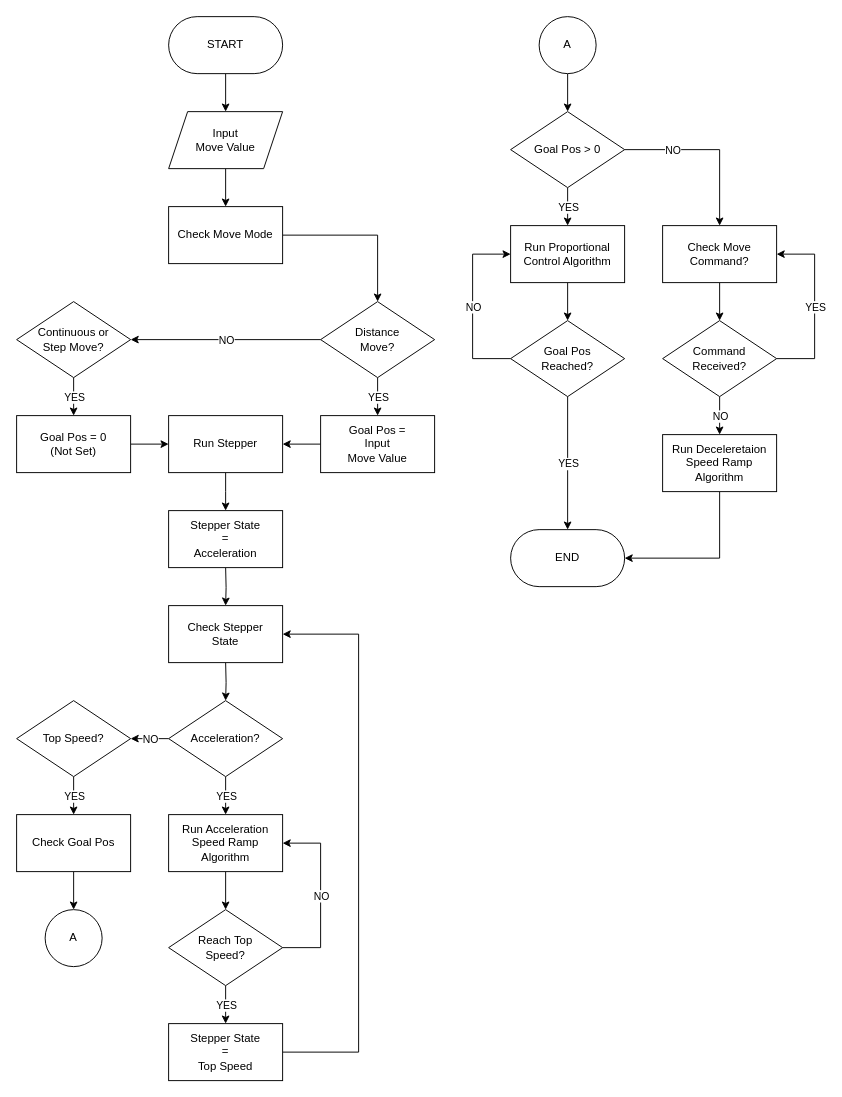
Above: page "Move Algorithm" (7 of 11) of Breakdown/Algorithm Flowchart.drawio in AlfonsusGiovanni/Welding-Arm-Manipulator (draw.io), before the change. Source tidied: cells renumbered, new cells numbered last; positions are measured from the earlier drawing's top-left corner, leaving out a move shared by most shapes. Both pictures are drawn from the tidied source at 95%, with x=0, y=0 at pixel (16, 16).
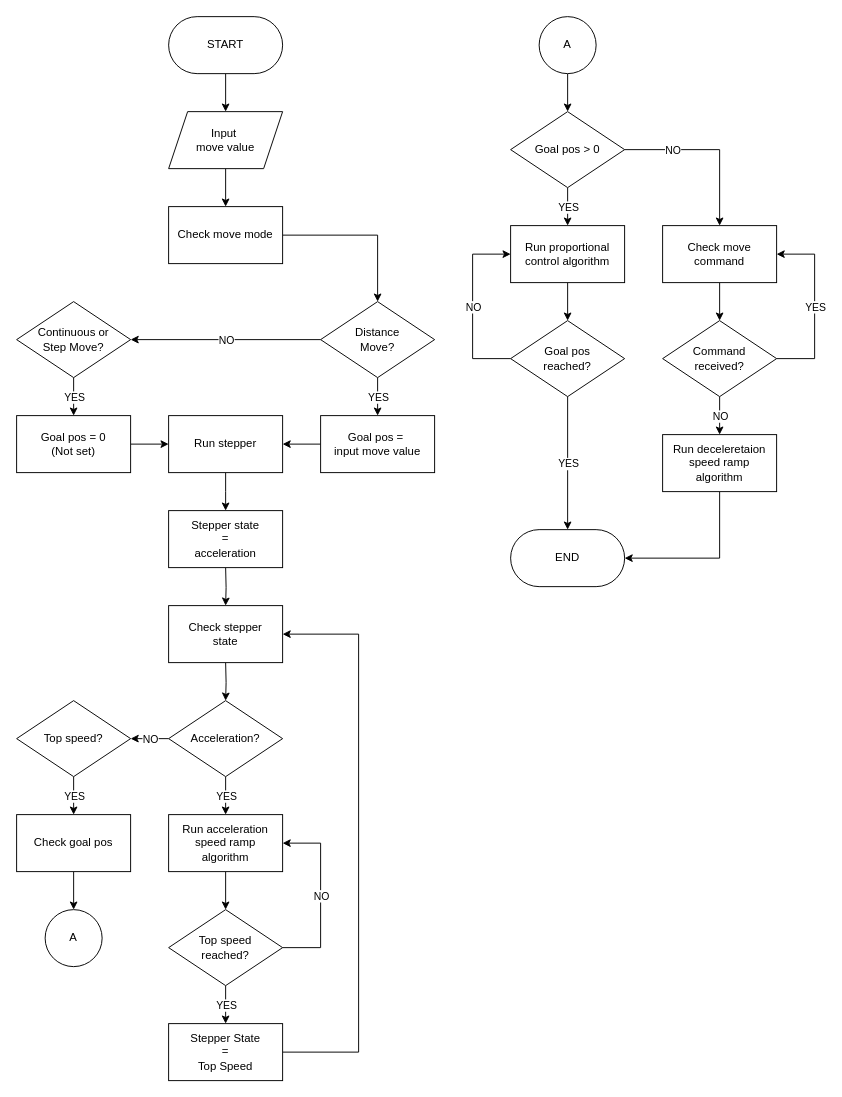
The same diagram, later.

What changed in the source:
```diff
@@
-    <mxCell id="5" value="Check Move Mode" style="rounded=0;whiteSpace=wrap;html=1;" parent="1" vertex="1">
+    <mxCell id="5" value="Check move mode" style="rounded=0;whiteSpace=wrap;html=1;" parent="1" vertex="1">
       <mxGeometry x="160" y="200" width="120" height="60" as="geometry" />
     </mxCell>
@@
-    <mxCell id="15" value="Input&lt;div&gt;Move Value&lt;/div&gt;" style="shape=parallelogram;perimeter=parallelogramPerimeter;whiteSpace=wrap;html=1;fixedSize=1;" parent="1" vertex="1">
+    <mxCell id="15" value="Input&amp;nbsp;&lt;div&gt;move value&lt;/div&gt;" style="shape=parallelogram;perimeter=parallelogramPerimeter;whiteSpace=wrap;html=1;fixedSize=1;" parent="1" vertex="1">
       <mxGeometry x="160" y="100" width="120" height="60" as="geometry" />
     </mxCell>
@@
-    <mxCell id="17" value="Run Stepper" style="rounded=0;whiteSpace=wrap;html=1;" parent="1" vertex="1">
+    <mxCell id="17" value="Run stepper" style="rounded=0;whiteSpace=wrap;html=1;" parent="1" vertex="1">
       <mxGeometry x="160" y="420" width="120" height="60" as="geometry" />
     </mxCell>
@@
-    <mxCell id="25" value="Top Speed?" style="rhombus;whiteSpace=wrap;html=1;" parent="1" vertex="1">
+    <mxCell id="25" value="Top speed?" style="rhombus;whiteSpace=wrap;html=1;" parent="1" vertex="1">
       <mxGeometry y="720" width="120" height="80" as="geometry" />
     </mxCell>
@@
-    <mxCell id="28" value="Run Acceleration Speed&amp;nbsp;&lt;span style=&quot;background-color: initial;&quot;&gt;Ramp Algorithm&lt;/span&gt;" style="rounded=0;whiteSpace=wrap;html=1;" parent="1" vertex="1">
+    <mxCell id="28" value="Run acceleration&lt;div&gt;speed ramp&lt;/div&gt;&lt;div&gt;algorithm&lt;/div&gt;" style="rounded=0;whiteSpace=wrap;html=1;" parent="1" vertex="1">
       <mxGeometry x="160" y="840" width="120" height="60" as="geometry" />
     </mxCell>
@@
-    <mxCell id="30" value="Run Proportional&lt;br&gt;Control Algorithm" style="rounded=0;whiteSpace=wrap;html=1;" parent="1" vertex="1">
+    <mxCell id="30" value="Run proportional&lt;div&gt;control algorithm&lt;/div&gt;" style="rounded=0;whiteSpace=wrap;html=1;" parent="1" vertex="1">
       <mxGeometry x="520" y="220" width="120" height="60" as="geometry" />
     </mxCell>
@@
-    <mxCell id="35" value="Reach Top&lt;br&gt;Speed?" style="rhombus;whiteSpace=wrap;html=1;" parent="1" vertex="1">
+    <mxCell id="35" value="Top speed&lt;div&gt;reached?&lt;/div&gt;" style="rhombus;whiteSpace=wrap;html=1;" parent="1" vertex="1">
       <mxGeometry x="160" y="940" width="120" height="80" as="geometry" />
     </mxCell>
@@
-    <mxCell id="41" value="Goal Pos&lt;br&gt;Reached?" style="rhombus;whiteSpace=wrap;html=1;" parent="1" vertex="1">
+    <mxCell id="41" value="Goal pos&lt;div&gt;reached?&lt;/div&gt;" style="rhombus;whiteSpace=wrap;html=1;" parent="1" vertex="1">
       <mxGeometry x="520" y="320" width="120" height="80" as="geometry" />
     </mxCell>
@@
-    <mxCell id="43" value="Check Stepper&lt;br&gt;State" style="rounded=0;whiteSpace=wrap;html=1;" parent="1" vertex="1">
+    <mxCell id="43" value="Check stepper&lt;div&gt;state&lt;/div&gt;" style="rounded=0;whiteSpace=wrap;html=1;" parent="1" vertex="1">
       <mxGeometry x="160" y="620" width="120" height="60" as="geometry" />
     </mxCell>
@@
-    <mxCell id="46" value="Check Goal Pos" style="rounded=0;whiteSpace=wrap;html=1;" parent="1" vertex="1">
+    <mxCell id="46" value="Check goal pos" style="rounded=0;whiteSpace=wrap;html=1;" parent="1" vertex="1">
       <mxGeometry y="840" width="120" height="60" as="geometry" />
     </mxCell>
@@
-    <mxCell id="51" value="Goal Pos &amp;gt; 0" style="rhombus;whiteSpace=wrap;html=1;" parent="1" vertex="1">
+    <mxCell id="51" value="Goal pos &amp;gt; 0" style="rhombus;whiteSpace=wrap;html=1;" parent="1" vertex="1">
       <mxGeometry x="520" y="100" width="120" height="80" as="geometry" />
     </mxCell>
@@
-    <mxCell id="56" value="Check Move Command?" style="rounded=0;whiteSpace=wrap;html=1;" parent="1" vertex="1">
+    <mxCell id="56" value="Check move&lt;div&gt;command&lt;/div&gt;" style="rounded=0;whiteSpace=wrap;html=1;" parent="1" vertex="1">
       <mxGeometry x="680" y="220" width="120" height="60" as="geometry" />
     </mxCell>
@@
-    <mxCell id="61" value="Command&lt;br&gt;Received?" style="rhombus;whiteSpace=wrap;html=1;" parent="1" vertex="1">
+    <mxCell id="61" value="Command&lt;div&gt;received?&lt;/div&gt;" style="rhombus;whiteSpace=wrap;html=1;" parent="1" vertex="1">
       <mxGeometry x="680" y="320" width="120" height="80" as="geometry" />
     </mxCell>
@@
-    <mxCell id="63" value="Run Deceleretaion Speed&amp;nbsp;&lt;span style=&quot;background-color: initial;&quot;&gt;Ramp Algorithm&lt;/span&gt;" style="rounded=0;whiteSpace=wrap;html=1;" parent="1" vertex="1">
+    <mxCell id="63" value="Run deceleretaion speed r&lt;span style=&quot;background-color: initial;&quot;&gt;amp&lt;/span&gt;&lt;div&gt;&lt;span style=&quot;background-color: initial;&quot;&gt;algorithm&lt;/span&gt;&lt;/div&gt;" style="rounded=0;whiteSpace=wrap;html=1;" parent="1" vertex="1">
       <mxGeometry x="680" y="440" width="120" height="60" as="geometry" />
     </mxCell>
-    <mxCell id="64" value="Stepper State&lt;div&gt;=&lt;/div&gt;&lt;div&gt;Acceleration&lt;/div&gt;" style="rounded=0;whiteSpace=wrap;html=1;" parent="1" vertex="1">
+    <mxCell id="64" value="Stepper state&lt;div&gt;=&lt;/div&gt;&lt;div&gt;acceleration&lt;/div&gt;" style="rounded=0;whiteSpace=wrap;html=1;" parent="1" vertex="1">
       <mxGeometry x="160" y="520" width="120" height="60" as="geometry" />
     </mxCell>
@@
-    <mxCell id="66" value="Goal Pos = 0&lt;br&gt;(Not Set)" style="rounded=0;whiteSpace=wrap;html=1;" parent="1" vertex="1">
+    <mxCell id="66" value="Goal pos = 0&lt;br&gt;(Not set)" style="rounded=0;whiteSpace=wrap;html=1;" parent="1" vertex="1">
       <mxGeometry y="420" width="120" height="60" as="geometry" />
     </mxCell>
@@
-    <mxCell id="68" value="Goal Pos =&lt;br&gt;Input&lt;div&gt;Move Value&lt;/div&gt;" style="rounded=0;whiteSpace=wrap;html=1;" parent="1" vertex="1">
+    <mxCell id="68" value="Goal pos =&amp;nbsp;&lt;div&gt;input move value&lt;/div&gt;" style="rounded=0;whiteSpace=wrap;html=1;" parent="1" vertex="1">
       <mxGeometry x="320" y="420" width="120" height="60" as="geometry" />
     </mxCell>
```
